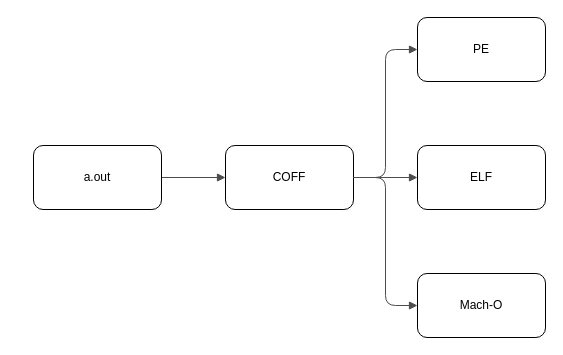
Above: assembly-variants.drawio in HenrikSamuelsson/reading-extreme-c (draw.io), before the change. Source tidied: cells renumbered, new cells numbered last; positions are measured from the earlier drawing's top-left corner, leaving out a move shared by most shapes. Both pictures are drawn from the tidied source at 100%, with x=0, y=0 at pixel (33, 17).
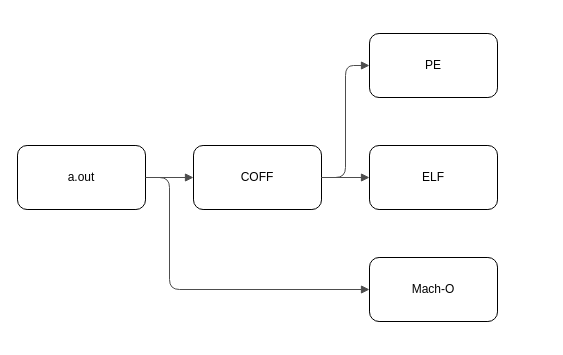
After the change.

Commit message (it also covers changes not shown here):
Update graphics resources.

Change to the diagram source:
```diff
@@
 <mxGraphModel>
   <root>
     <mxCell id="0" />
     <mxCell id="1" parent="0" />
     <mxCell id="2" style="edgeStyle=orthogonalEdgeStyle;rounded=1;jettySize=auto;html=1;exitX=1;exitY=0.5;exitDx=0;exitDy=0;entryX=0;entryY=0.5;entryDx=0;entryDy=0;fontColor=#000000;strokeColor=#4D4D4D;endArrow=block;endFill=1;" parent="1" edge="1" source="3" target="4">
       <mxGeometry relative="1" as="geometry" />
     </mxCell>
     <mxCell id="3" value="&lt;font&gt;a.out&lt;/font&gt;" style="rounded=1;whiteSpace=wrap;html=1;strokeColor=#000000;fillColor=none;fontColor=#000000;" parent="1" vertex="1">
-      <mxGeometry y="128" width="128" height="64" as="geometry" />
+      <mxGeometry x="-16" y="128" width="128" height="64" as="geometry" />
     </mxCell>
     <mxCell id="4" value="&lt;font&gt;COFF&lt;/font&gt;" style="rounded=1;whiteSpace=wrap;html=1;strokeColor=#000000;fillColor=none;fontColor=#000000;" parent="1" vertex="1">
-      <mxGeometry x="192" y="128" width="128" height="64" as="geometry" />
+      <mxGeometry x="160" y="128" width="128" height="64" as="geometry" />
     </mxCell>
     <mxCell id="5" value="&lt;font&gt;Mach-O&lt;/font&gt;" style="rounded=1;whiteSpace=wrap;html=1;strokeColor=#000000;fillColor=none;fontColor=#000000;" parent="1" vertex="1">
-      <mxGeometry x="384" y="256" width="128" height="64" as="geometry" />
+      <mxGeometry x="336" y="240" width="128" height="64" as="geometry" />
     </mxCell>
     <mxCell id="6" value="&lt;font&gt;PE&lt;/font&gt;" style="rounded=1;whiteSpace=wrap;html=1;strokeColor=#000000;fillColor=none;fontColor=#000000;" parent="1" vertex="1">
-      <mxGeometry x="384" width="128" height="64" as="geometry" />
+      <mxGeometry x="336" y="16" width="128" height="64" as="geometry" />
     </mxCell>
     <mxCell id="7" value="&lt;font&gt;ELF&lt;/font&gt;" style="rounded=1;whiteSpace=wrap;html=1;strokeColor=#000000;fillColor=none;fontColor=#000000;" parent="1" vertex="1">
-      <mxGeometry x="384" y="128" width="128" height="64" as="geometry" />
+      <mxGeometry x="336" y="128" width="128" height="64" as="geometry" />
     </mxCell>
     <mxCell id="8" style="edgeStyle=orthogonalEdgeStyle;rounded=1;jettySize=auto;html=1;exitX=1;exitY=0.5;exitDx=0;exitDy=0;entryX=0;entryY=0.5;entryDx=0;entryDy=0;fontColor=#000000;strokeColor=#4D4D4D;endArrow=block;endFill=1;" parent="1" edge="1" source="4" target="6">
-      <mxGeometry relative="1" as="geometry" />
+      <mxGeometry relative="1" as="geometry">
+        <Array as="points">
+          <mxPoint x="312" y="160" />
+          <mxPoint x="312" y="48" />
+        </Array>
+      </mxGeometry>
     </mxCell>
     <mxCell id="9" style="edgeStyle=orthogonalEdgeStyle;rounded=1;jettySize=auto;html=1;exitX=1;exitY=0.5;exitDx=0;exitDy=0;entryX=0;entryY=0.5;entryDx=0;entryDy=0;fontColor=#000000;strokeColor=#4D4D4D;endArrow=block;endFill=1;" parent="1" edge="1" source="4" target="7">
       <mxGeometry relative="1" as="geometry" />
     </mxCell>
-    <mxCell id="10" style="edgeStyle=orthogonalEdgeStyle;rounded=1;jettySize=auto;html=1;exitX=1;exitY=0.5;exitDx=0;exitDy=0;entryX=0;entryY=0.5;entryDx=0;entryDy=0;fontColor=#000000;strokeColor=#4D4D4D;endArrow=block;endFill=1;" parent="1" edge="1" source="4" target="5">
-      <mxGeometry relative="1" as="geometry" />
+    <mxCell id="10" style="edgeStyle=orthogonalEdgeStyle;rounded=1;jettySize=auto;html=1;exitX=1;exitY=0.5;exitDx=0;exitDy=0;entryX=0;entryY=0.5;entryDx=0;entryDy=0;fontColor=#000000;strokeColor=#4D4D4D;endArrow=block;endFill=1;" parent="1" edge="1" source="3" target="5">
+      <mxGeometry relative="1" as="geometry">
+        <Array as="points">
+          <mxPoint x="136" y="160" />
+          <mxPoint x="136" y="272" />
+        </Array>
+      </mxGeometry>
     </mxCell>
   </root>
 </mxGraphModel>
```
